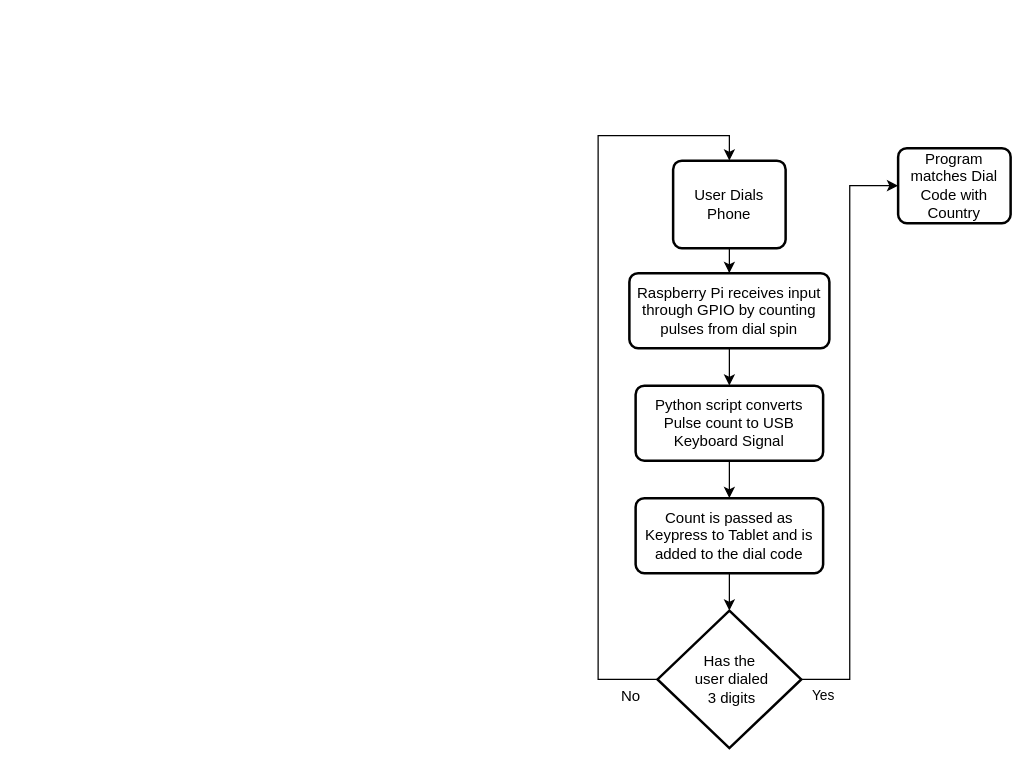
jm0ran/Digital-Phonebooth keeps this draw.io diagram as Non-Unity/Skills Diagram.drawio. Above is the earlier version. Source tidied: cells renumbered, new cells numbered last; positions are measured from the earlier drawing's top-left corner, leaving out a move shared by most shapes. Both pictures are drawn from the tidied source at 125%, with x=0, y=0 at pixel (598, 135).
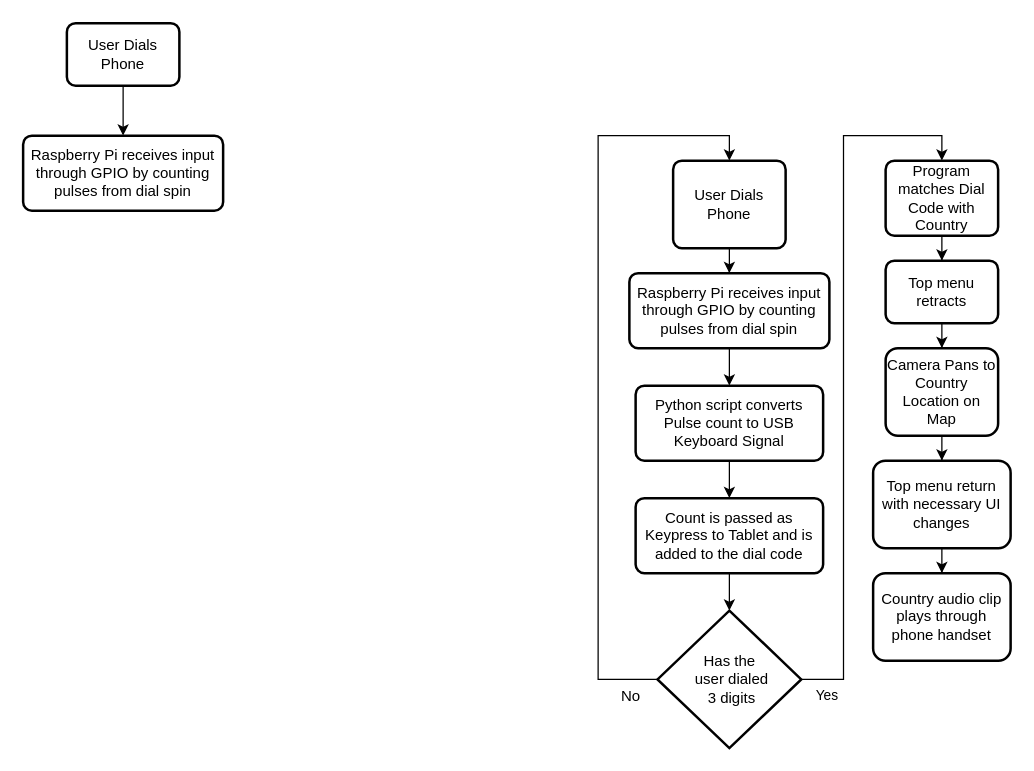
The same diagram, later.

Commit message (it also covers changes not shown here):
Raspberry Pi Script + Diagram Update

The change refers to these unchanged cells:
```xml
<mxCell id="7" value="Has the&lt;br&gt;&amp;nbsp;user dialed&lt;br&gt;&amp;nbsp;3 digits" style="strokeWidth=2;html=1;shape=mxgraph.flowchart.decision;whiteSpace=wrap;" parent="1" vertex="1">
  <mxGeometry x="47.5" y="380" width="115" height="110" as="geometry" />
</mxCell>
```

What changed in the source:
```diff
@@
-    <mxCell id="6" value="Yes" style="edgeStyle=orthogonalEdgeStyle;rounded=0;jettySize=auto;html=1;entryX=0;entryY=0.5;entryDx=0;entryDy=0;verticalAlign=top;" parent="1" edge="1" source="7" target="8">
+    <mxCell id="6" value="Yes" style="edgeStyle=orthogonalEdgeStyle;rounded=0;jettySize=auto;html=1;entryX=0.5;entryY=0;entryDx=0;entryDy=0;verticalAlign=top;" parent="1" edge="1" source="7" target="8">
       <mxGeometry x="-0.93" relative="1" as="geometry" />
     </mxCell>
@@
+    <mxCell id="15" style="edgeStyle=orthogonalEdgeStyle;rounded=0;jettySize=auto;html=1;" parent="1" edge="1" source="8" target="17">
+      <mxGeometry relative="1" as="geometry" />
+    </mxCell>
     <mxCell id="8" value="&lt;span&gt;Program matches Dial Code with Country&lt;/span&gt;" style="rounded=1;whiteSpace=wrap;html=1;absoluteArcSize=1;arcSize=14;strokeWidth=2;fontSize=12;" parent="1" vertex="1">
-      <mxGeometry x="240" y="10" width="90" height="60" as="geometry" />
+      <mxGeometry x="230" y="20" width="90" height="60" as="geometry" />
     </mxCell>
@@
+    <mxCell id="16" style="edgeStyle=orthogonalEdgeStyle;rounded=0;jettySize=auto;html=1;" parent="1" edge="1" source="17" target="19">
+      <mxGeometry relative="1" as="geometry" />
+    </mxCell>
+    <mxCell id="17" value="Top menu retracts" style="whiteSpace=wrap;html=1;rounded=1;arcSize=14;strokeWidth=2;" parent="1" vertex="1">
+      <mxGeometry x="230" y="100" width="90" height="50" as="geometry" />
+    </mxCell>
+    <mxCell id="18" style="edgeStyle=orthogonalEdgeStyle;rounded=0;jettySize=auto;html=1;" parent="1" edge="1" source="19" target="21">
+      <mxGeometry relative="1" as="geometry" />
+    </mxCell>
+    <mxCell id="19" value="Camera Pans to Country Location on Map" style="whiteSpace=wrap;html=1;rounded=1;arcSize=14;strokeWidth=2;" parent="1" vertex="1">
+      <mxGeometry x="230" y="170" width="90" height="70" as="geometry" />
+    </mxCell>
+    <mxCell id="20" style="edgeStyle=orthogonalEdgeStyle;rounded=0;jettySize=auto;html=1;" parent="1" edge="1" source="21" target="22">
+      <mxGeometry relative="1" as="geometry" />
+    </mxCell>
+    <mxCell id="21" value="Top menu return with necessary UI changes" style="whiteSpace=wrap;html=1;rounded=1;arcSize=14;strokeWidth=2;" parent="1" vertex="1">
+      <mxGeometry x="220" y="260" width="110" height="70" as="geometry" />
+    </mxCell>
+    <mxCell id="22" value="Country audio clip plays through phone handset" style="whiteSpace=wrap;html=1;rounded=1;arcSize=14;strokeWidth=2;" parent="1" vertex="1">
+      <mxGeometry x="220" y="350" width="110" height="70" as="geometry" />
+    </mxCell>
+    <mxCell id="23" style="edgeStyle=orthogonalEdgeStyle;rounded=0;jettySize=auto;html=1;" parent="1" edge="1" source="24" target="25">
+      <mxGeometry relative="1" as="geometry" />
+    </mxCell>
+    <mxCell id="24" value="User Dials &lt;br&gt;Phone" style="rounded=1;whiteSpace=wrap;html=1;absoluteArcSize=1;arcSize=14;strokeWidth=2;fontSize=12;" parent="1" vertex="1">
+      <mxGeometry x="-425" y="-90" width="90" height="50" as="geometry" />
+    </mxCell>
+    <mxCell id="25" value="&lt;span&gt;Raspberry Pi receives input through GPIO by counting pulses from dial spin&lt;/span&gt;" style="rounded=1;whiteSpace=wrap;html=1;absoluteArcSize=1;arcSize=14;strokeWidth=2;fontSize=12;" parent="1" vertex="1">
+      <mxGeometry x="-460" width="160" height="60" as="geometry" />
+    </mxCell>
```
